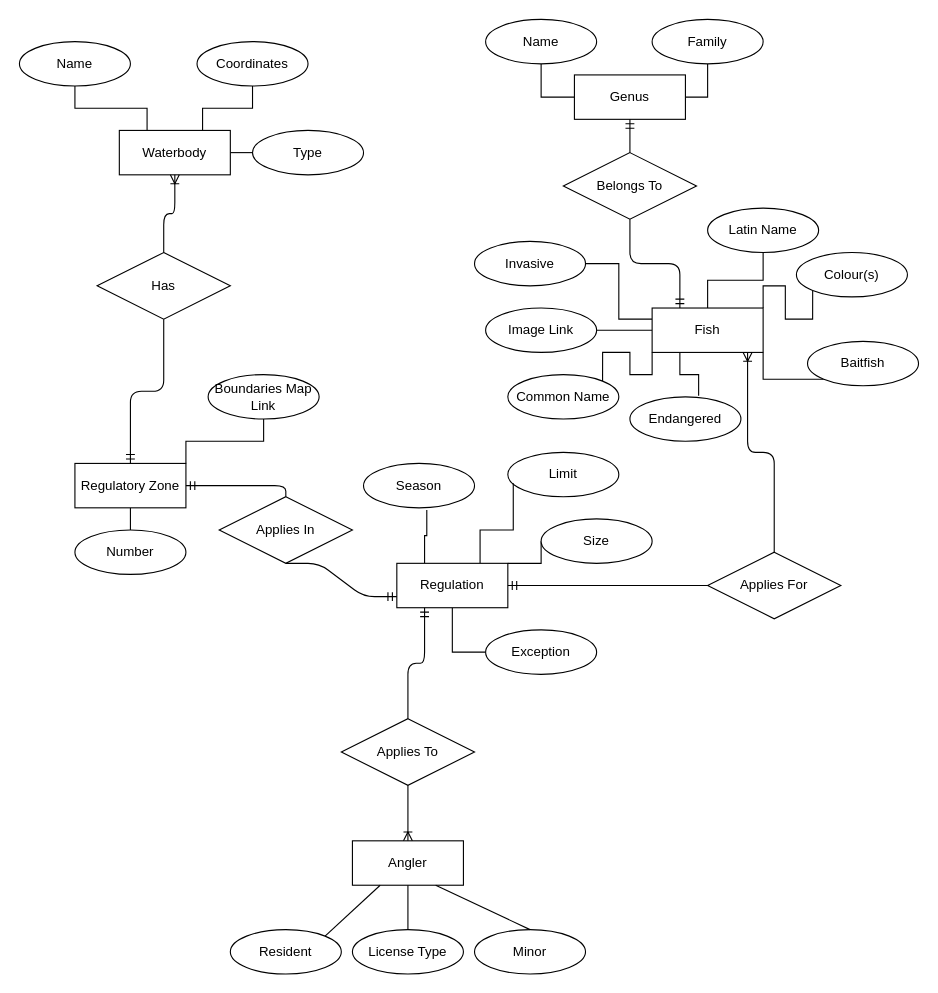
Above: lab2.drawio in spjanic10/fishOntario (draw.io), before the change. Source tidied: cells renumbered, new cells numbered last; positions are measured from the earlier drawing's top-left corner, leaving out a move shared by most shapes. Both pictures are drawn from the tidied source at 111%, with x=0, y=0 at pixel (19, 19).
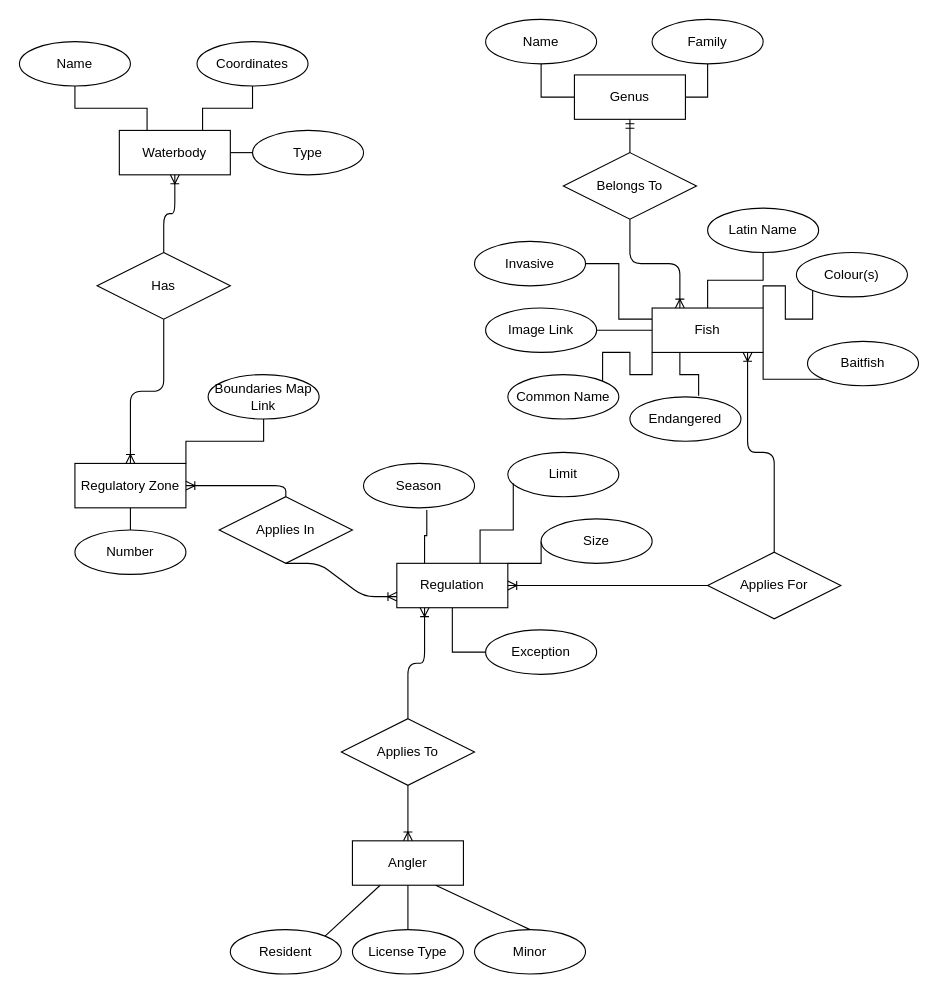
The same page after the edit.

Unchanged cells that the change refers to:
```xml
<mxCell id="4" value="Regulatory Zone" style="whiteSpace=wrap;html=1;align=center;" parent="1" vertex="1">
  <mxGeometry x="50" y="400" width="100" height="40" as="geometry" />
</mxCell>
<mxCell id="12" value="Fish" style="whiteSpace=wrap;html=1;align=center;" parent="1" vertex="1">
  <mxGeometry x="570" y="260" width="100" height="40" as="geometry" />
</mxCell>
<mxCell id="43" value="Regulation" style="whiteSpace=wrap;html=1;align=center;" parent="1" vertex="1">
  <mxGeometry x="340" y="490" width="100" height="40" as="geometry" />
</mxCell>
<mxCell id="50" value="Applies To" style="shape=rhombus;perimeter=rhombusPerimeter;whiteSpace=wrap;html=1;align=center;" parent="1" vertex="1">
  <mxGeometry x="290" y="630" width="120" height="60" as="geometry" />
</mxCell>
<mxCell id="51" value="Belongs To" style="shape=rhombus;perimeter=rhombusPerimeter;whiteSpace=wrap;html=1;align=center;" parent="1" vertex="1">
  <mxGeometry x="490" y="120" width="120" height="60" as="geometry" />
</mxCell>
<mxCell id="52" value="Has" style="shape=rhombus;perimeter=rhombusPerimeter;whiteSpace=wrap;html=1;align=center;" parent="1" vertex="1">
  <mxGeometry x="70" y="210" width="120" height="60" as="geometry" />
</mxCell>
<mxCell id="53" value="Applies In" style="shape=rhombus;perimeter=rhombusPerimeter;whiteSpace=wrap;html=1;align=center;" parent="1" vertex="1">
  <mxGeometry x="180" y="430" width="120" height="60" as="geometry" />
</mxCell>
<mxCell id="54" value="Applies For" style="shape=rhombus;perimeter=rhombusPerimeter;whiteSpace=wrap;html=1;align=center;" parent="1" vertex="1">
  <mxGeometry x="620" y="480" width="120" height="60" as="geometry" />
</mxCell>
```

Diff of the diagram source:
```diff
@@
-    <mxCell id="55" style="edgeStyle=entityRelationEdgeStyle;fontSize=12;html=1;endArrow=ERmandOne;exitX=0.5;exitY=1;exitDx=0;exitDy=0;entryX=0;entryY=0.75;entryDx=0;entryDy=0;" parent="1" edge="1" source="53" target="43">
+    <mxCell id="55" style="edgeStyle=entityRelationEdgeStyle;fontSize=12;html=1;endArrow=ERoneToMany;exitX=0.5;exitY=1;exitDx=0;exitDy=0;entryX=0;entryY=0.75;entryDx=0;entryDy=0;endFill=0;" parent="1" edge="1" source="53" target="43">
       <mxGeometry relative="1" as="geometry" />
     </mxCell>
-    <mxCell id="56" style="edgeStyle=orthogonalEdgeStyle;fontSize=12;html=1;endArrow=ERmandOne;entryX=0.25;entryY=1;entryDx=0;entryDy=0;exitX=0.5;exitY=0;exitDx=0;exitDy=0;" parent="1" edge="1" source="50" target="43">
+    <mxCell id="56" style="edgeStyle=orthogonalEdgeStyle;fontSize=12;html=1;endArrow=ERoneToMany;entryX=0.25;entryY=1;entryDx=0;entryDy=0;exitX=0.5;exitY=0;exitDx=0;exitDy=0;endFill=0;" parent="1" edge="1" source="50" target="43">
       <mxGeometry relative="1" as="geometry" />
     </mxCell>
@@
-    <mxCell id="58" style="edgeStyle=orthogonalEdgeStyle;fontSize=12;html=1;endArrow=ERmandOne;entryX=1;entryY=0.5;entryDx=0;entryDy=0;exitX=0.5;exitY=0;exitDx=0;exitDy=0;" parent="1" edge="1" source="53" target="4">
+    <mxCell id="58" style="edgeStyle=orthogonalEdgeStyle;fontSize=12;html=1;endArrow=ERoneToMany;entryX=1;entryY=0.5;entryDx=0;entryDy=0;exitX=0.5;exitY=0;exitDx=0;exitDy=0;endFill=0;" parent="1" edge="1" source="53" target="4">
       <mxGeometry relative="1" as="geometry" />
     </mxCell>
@@
-    <mxCell id="60" style="edgeStyle=entityRelationEdgeStyle;fontSize=12;html=1;endArrow=ERmandOne;entryX=1;entryY=0.5;entryDx=0;entryDy=0;exitX=0;exitY=0.5;exitDx=0;exitDy=0;" parent="1" edge="1" source="54" target="43">
+    <mxCell id="60" style="edgeStyle=entityRelationEdgeStyle;fontSize=12;html=1;endArrow=ERoneToMany;entryX=1;entryY=0.5;entryDx=0;entryDy=0;exitX=0;exitY=0.5;exitDx=0;exitDy=0;endFill=0;" parent="1" edge="1" source="54" target="43">
       <mxGeometry relative="1" as="geometry" />
     </mxCell>
-    <mxCell id="61" style="edgeStyle=orthogonalEdgeStyle;fontSize=12;html=1;endArrow=ERmandOne;entryX=0.5;entryY=0;entryDx=0;entryDy=0;exitX=0.5;exitY=1;exitDx=0;exitDy=0;" parent="1" edge="1" source="52" target="4">
+    <mxCell id="61" style="edgeStyle=orthogonalEdgeStyle;fontSize=12;html=1;endArrow=ERoneToMany;entryX=0.5;entryY=0;entryDx=0;entryDy=0;exitX=0.5;exitY=1;exitDx=0;exitDy=0;endFill=0;" parent="1" edge="1" source="52" target="4">
       <mxGeometry relative="1" as="geometry" />
     </mxCell>
@@
-    <mxCell id="63" style="edgeStyle=orthogonalEdgeStyle;fontSize=12;html=1;endArrow=ERmandOne;entryX=0.25;entryY=0;entryDx=0;entryDy=0;exitX=0.5;exitY=1;exitDx=0;exitDy=0;" parent="1" edge="1" source="51" target="12">
+    <mxCell id="63" style="edgeStyle=orthogonalEdgeStyle;fontSize=12;html=1;endArrow=ERoneToMany;entryX=0.25;entryY=0;entryDx=0;entryDy=0;exitX=0.5;exitY=1;exitDx=0;exitDy=0;endFill=0;" parent="1" edge="1" source="51" target="12">
       <mxGeometry relative="1" as="geometry" />
     </mxCell>
```
